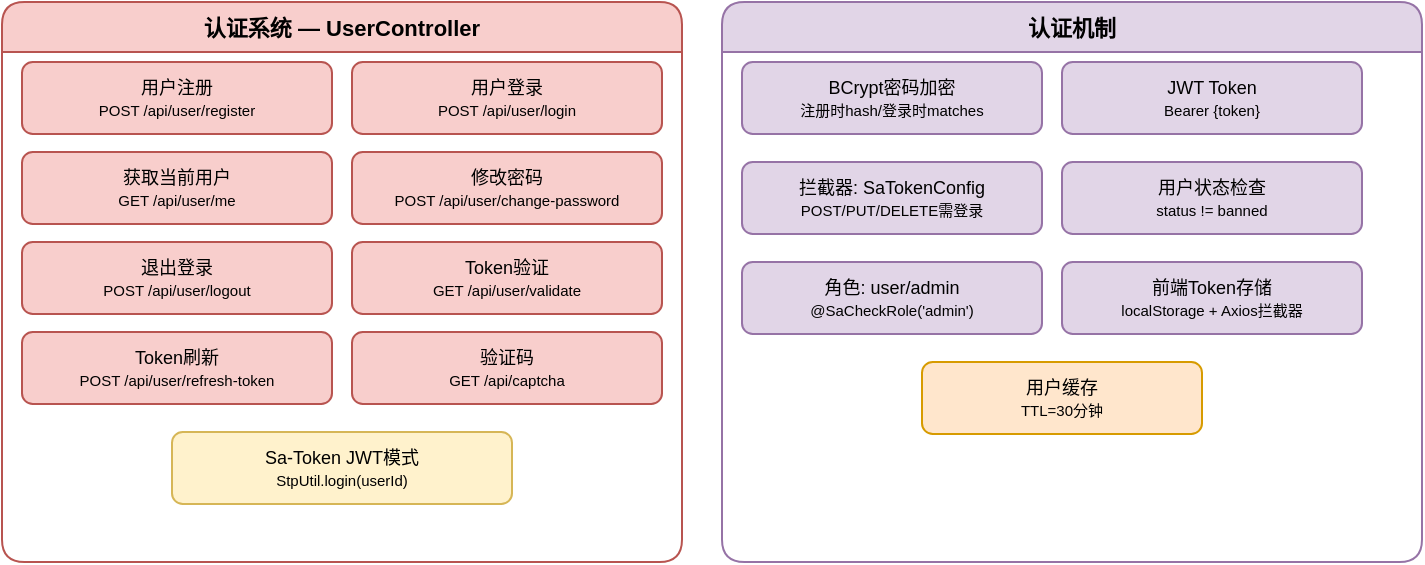
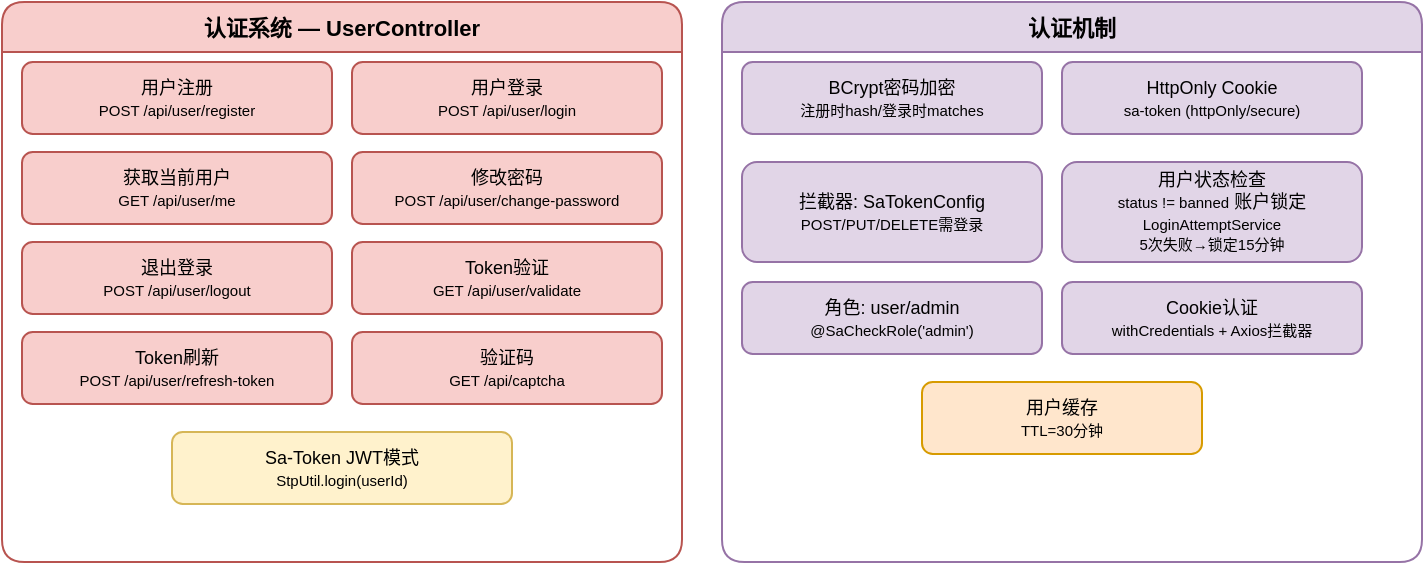
<mxfile host="app.diagrams.net">
  <diagram name="用户管理模块" id="mod-user-mgmt">
-     <mxGraphModel dx="1783" dy="587" grid="1" gridSize="10" guides="1" tooltips="1" connect="1" arrows="1" fold="1" page="1" pageScale="1" pageWidth="1000" pageHeight="650" math="0" shadow="0">
+     <mxGraphModel dx="1584" dy="322" grid="1" gridSize="10" guides="1" tooltips="1" connect="1" arrows="1" fold="1" page="1" pageScale="1" pageWidth="1000" pageHeight="650" math="0" shadow="0">
      <root>
        <mxCell id="0" />
        <mxCell id="1" parent="0" />
        <mxCell id="auth_box" parent="1" style="swimlane;startSize=25;fillColor=#f8cecc;strokeColor=#b85450;fontSize=11;rounded=1;" value="认证系统 — UserController" vertex="1">
          <mxGeometry height="280" width="340" x="-20" y="50" as="geometry" />
        </mxCell>
        <mxCell id="a1" parent="auth_box" style="rounded=1;whiteSpace=wrap;html=1;fillColor=#f8cecc;strokeColor=#b85450;fontSize=9;" value="用户注册&lt;br&gt;&lt;small&gt;POST /api/user/register&lt;/small&gt;" vertex="1">
          <mxGeometry height="36" width="155" x="10" y="30" as="geometry" />
        </mxCell>
        <mxCell id="a2" parent="auth_box" style="rounded=1;whiteSpace=wrap;html=1;fillColor=#f8cecc;strokeColor=#b85450;fontSize=9;" value="用户登录&lt;br&gt;&lt;small&gt;POST /api/user/login&lt;/small&gt;" vertex="1">
          <mxGeometry height="36" width="155" x="175" y="30" as="geometry" />
        </mxCell>
        <mxCell id="a3" parent="auth_box" style="rounded=1;whiteSpace=wrap;html=1;fillColor=#f8cecc;strokeColor=#b85450;fontSize=9;" value="获取当前用户&lt;br&gt;&lt;small&gt;GET /api/user/me&lt;/small&gt;" vertex="1">
          <mxGeometry height="36" width="155" x="10" y="75" as="geometry" />
        </mxCell>
        <mxCell id="a4" parent="auth_box" style="rounded=1;whiteSpace=wrap;html=1;fillColor=#f8cecc;strokeColor=#b85450;fontSize=9;" value="修改密码&lt;br&gt;&lt;small&gt;POST /api/user/change-password&lt;/small&gt;" vertex="1">
          <mxGeometry height="36" width="155" x="175" y="75" as="geometry" />
        </mxCell>
        <mxCell id="a5" parent="auth_box" style="rounded=1;whiteSpace=wrap;html=1;fillColor=#f8cecc;strokeColor=#b85450;fontSize=9;" value="退出登录&lt;br&gt;&lt;small&gt;POST /api/user/logout&lt;/small&gt;" vertex="1">
          <mxGeometry height="36" width="155" x="10" y="120" as="geometry" />
        </mxCell>
        <mxCell id="a6" parent="auth_box" style="rounded=1;whiteSpace=wrap;html=1;fillColor=#f8cecc;strokeColor=#b85450;fontSize=9;" value="Token验证&lt;br&gt;&lt;small&gt;GET /api/user/validate&lt;/small&gt;" vertex="1">
          <mxGeometry height="36" width="155" x="175" y="120" as="geometry" />
        </mxCell>
        <mxCell id="a7" parent="auth_box" style="rounded=1;whiteSpace=wrap;html=1;fillColor=#f8cecc;strokeColor=#b85450;fontSize=9;" value="Token刷新&lt;br&gt;&lt;small&gt;POST /api/user/refresh-token&lt;/small&gt;" vertex="1">
          <mxGeometry height="36" width="155" x="10" y="165" as="geometry" />
        </mxCell>
        <mxCell id="a8" parent="auth_box" style="rounded=1;whiteSpace=wrap;html=1;fillColor=#f8cecc;strokeColor=#b85450;fontSize=9;" value="验证码&lt;br&gt;&lt;small&gt;GET /api/captcha&lt;/small&gt;" vertex="1">
          <mxGeometry height="36" width="155" x="175" y="165" as="geometry" />
        </mxCell>
        <mxCell id="a9" parent="auth_box" style="rounded=1;whiteSpace=wrap;html=1;fillColor=#fff2cc;strokeColor=#d6b656;fontSize=9;" value="Sa-Token JWT模式&lt;br&gt;&lt;small&gt;StpUtil.login(userId)&lt;/small&gt;" vertex="1">
          <mxGeometry height="36" width="170" x="85" y="215" as="geometry" />
        </mxCell>
        <mxCell id="auth_detail" parent="1" style="swimlane;startSize=25;fillColor=#e1d5e7;strokeColor=#9673a6;fontSize=11;rounded=1;" value="认证机制" vertex="1">
          <mxGeometry height="280" width="350" x="340" y="50" as="geometry" />
        </mxCell>
        <mxCell id="d1" parent="auth_detail" style="rounded=1;whiteSpace=wrap;html=1;fillColor=#e1d5e7;strokeColor=#9673a6;fontSize=9;" value="BCrypt密码加密&lt;br&gt;&lt;small&gt;注册时hash/登录时matches&lt;/small&gt;" vertex="1">
          <mxGeometry height="36" width="150" x="10" y="30" as="geometry" />
        </mxCell>
-         <mxCell id="d2" parent="auth_detail" style="rounded=1;whiteSpace=wrap;html=1;fillColor=#e1d5e7;strokeColor=#9673a6;fontSize=9;" value="JWT Token&lt;br&gt;&lt;small&gt;Bearer {token}&lt;/small&gt;" vertex="1">
+         <mxCell id="d2" parent="auth_detail" style="rounded=1;whiteSpace=wrap;html=1;fillColor=#e1d5e7;strokeColor=#9673a6;fontSize=9;" value="HttpOnly Cookie&lt;br&gt;&lt;small&gt;sa-token (httpOnly/secure)&lt;/small&gt;" vertex="1">
          <mxGeometry height="36" width="150" x="170" y="30" as="geometry" />
        </mxCell>
        <mxCell id="d3" parent="auth_detail" style="rounded=1;whiteSpace=wrap;html=1;fillColor=#e1d5e7;strokeColor=#9673a6;fontSize=9;" value="角色: user/admin&lt;br&gt;&lt;small&gt;@SaCheckRole(&#39;admin&#39;)&lt;/small&gt;" vertex="1">
-           <mxGeometry height="36" width="150" x="10" y="130" as="geometry" />
+           <mxGeometry height="36" width="150" x="10" y="140" as="geometry" />
        </mxCell>
        <mxCell id="d4" parent="auth_detail" style="rounded=1;whiteSpace=wrap;html=1;fillColor=#e1d5e7;strokeColor=#9673a6;fontSize=9;" value="拦截器: SaTokenConfig&lt;br&gt;&lt;small&gt;POST/PUT/DELETE需登录&lt;/small&gt;" vertex="1">
-           <mxGeometry height="36" width="150" x="10" y="80" as="geometry" />
+           <mxGeometry height="50" width="150" x="10" y="80" as="geometry" />
        </mxCell>
-         <mxCell id="d5" parent="auth_detail" style="rounded=1;whiteSpace=wrap;html=1;fillColor=#e1d5e7;strokeColor=#9673a6;fontSize=9;" value="用户状态检查&lt;br&gt;&lt;small&gt;status != banned&lt;/small&gt;" vertex="1">
-           <mxGeometry height="36" width="150" x="170" y="80" as="geometry" />
+         <mxCell id="d5" parent="auth_detail" style="rounded=1;whiteSpace=wrap;html=1;fillColor=#e1d5e7;strokeColor=#9673a6;fontSize=9;" value="用户状态检查&lt;br&gt;&lt;small&gt;status != banned&lt;/small&gt; 账户锁定&lt;br&gt;&lt;small&gt;LoginAttemptService&lt;/small&gt;&lt;br&gt;&lt;small&gt;5次失败→锁定15分钟&lt;/small&gt;" vertex="1">
+           <mxGeometry height="50" width="150" x="170" y="80" as="geometry" />
        </mxCell>
-         <mxCell id="d6" parent="auth_detail" style="rounded=1;whiteSpace=wrap;html=1;fillColor=#e1d5e7;strokeColor=#9673a6;fontSize=9;" value="前端Token存储&lt;br&gt;&lt;small&gt;localStorage + Axios拦截器&lt;/small&gt;" vertex="1">
-           <mxGeometry height="36" width="150" x="170" y="130" as="geometry" />
+         <mxCell id="d6" parent="auth_detail" style="rounded=1;whiteSpace=wrap;html=1;fillColor=#e1d5e7;strokeColor=#9673a6;fontSize=9;" value="Cookie认证&lt;br&gt;&lt;small&gt;withCredentials + Axios拦截器&lt;/small&gt;" vertex="1">
+           <mxGeometry height="36" width="150" x="170" y="140" as="geometry" />
        </mxCell>
        <mxCell id="d7" parent="auth_detail" style="rounded=1;whiteSpace=wrap;html=1;fillColor=#ffe6cc;strokeColor=#d79b00;fontSize=9;" value="用户缓存&lt;br&gt;&lt;small&gt;TTL=30分钟&lt;/small&gt;" vertex="1">
-           <mxGeometry height="36" width="140" x="100" y="180" as="geometry" />
+           <mxGeometry height="36" width="140" x="100" y="190" as="geometry" />
        </mxCell>
      </root>
    </mxGraphModel>
  </diagram>
</mxfile>
